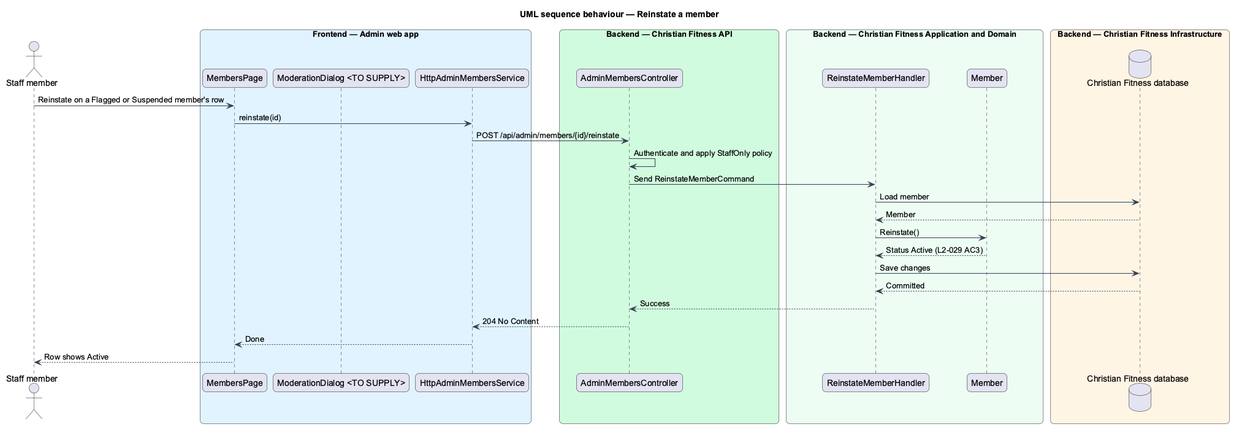
QuinntyneBrown/christian-fitness keeps this PlantUML diagram as docs/detailed-designs/admin-moderation/flag-suspend-reinstate-members/diagrams/sequence-reinstate.png. Above is the earlier version.
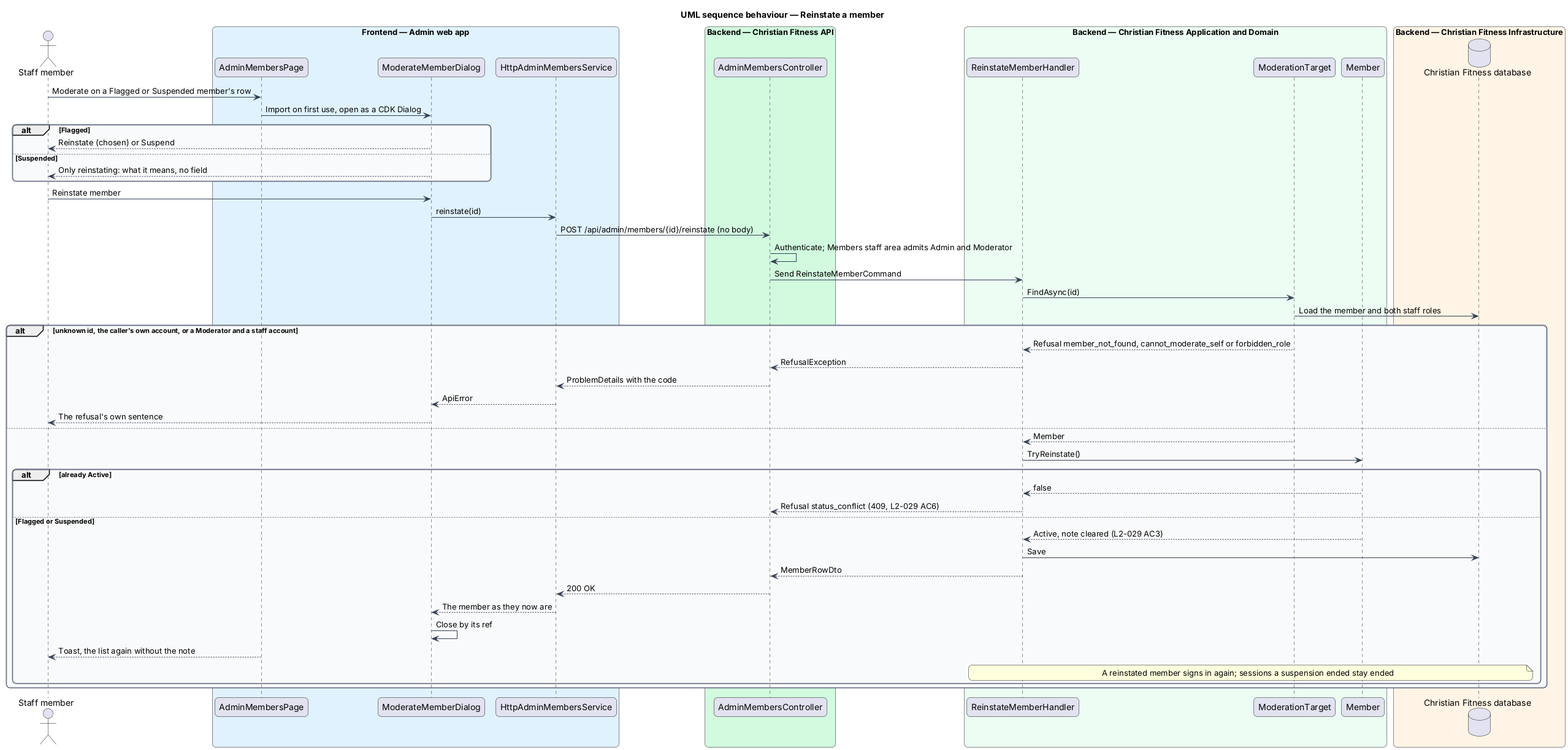
After the commit.

Commit message:
Record slice 27.2's lessons, progress and diagram

Change to the diagram source:
```diff
@@ -16,8 +16,8 @@
 }
 actor "Staff member" as actor
 box "Frontend — Admin web app" #E0F2FE
-  participant "MembersPage" as page
-  participant "ModerationDialog <TO SUPPLY>" as dlg
+  participant "AdminMembersPage" as page
+  participant "ModerateMemberDialog" as dlg
   participant "HttpAdminMembersService" as client
 end box
 box "Backend — Christian Fitness API" #D1FADF
@@ -25,24 +25,47 @@
 end box
 box "Backend — Christian Fitness Application and Domain" #ECFDF3
   participant "ReinstateMemberHandler" as h
+  participant "ModerationTarget" as target
   participant "Member" as ent
 end box
 box "Backend — Christian Fitness Infrastructure" #FFF4E5
   database "Christian Fitness database" as db
 end box
-actor -> page : Reinstate on a Flagged or Suspended member's row
-page -> client : reinstate(id)
-client -> ctrl : POST /api/admin/members/{id}/reinstate
-ctrl -> ctrl : Authenticate and apply StaffOnly policy
+actor -> page : Moderate on a Flagged or Suspended member's row
+page -> dlg : Import on first use, open as a CDK Dialog
+alt Flagged
+  dlg --> actor : Reinstate (chosen) or Suspend
+else Suspended
+  dlg --> actor : Only reinstating: what it means, no field
+end
+actor -> dlg : Reinstate member
+dlg -> client : reinstate(id)
+client -> ctrl : POST /api/admin/members/{id}/reinstate (no body)
+ctrl -> ctrl : Authenticate; Members staff area admits Admin and Moderator
 ctrl -> h : Send ReinstateMemberCommand
-h -> db : Load member
-db --> h : Member
-h -> ent : Reinstate()
-ent --> h : Status Active (L2-029 AC3)
-h -> db : Save changes
-db --> h : Committed
-h --> ctrl : Success
-ctrl --> client : 204 No Content
-client --> page : Done
-page --> actor : Row shows Active
+h -> target : FindAsync(id)
+target -> db : Load the member and both staff roles
+alt unknown id, the caller's own account, or a Moderator and a staff account
+  target --> h : Refusal member_not_found, cannot_moderate_self or forbidden_role
+  h --> ctrl : RefusalException
+  ctrl --> client : ProblemDetails with the code
+  client --> dlg : ApiError
+  dlg --> actor : The refusal's own sentence
+else
+  target --> h : Member
+  h -> ent : TryReinstate()
+  alt already Active
+    ent --> h : false
+    h --> ctrl : Refusal status_conflict (409, L2-029 AC6)
+  else Flagged or Suspended
+    ent --> h : Active, note cleared (L2-029 AC3)
+    h -> db : Save
+    h --> ctrl : MemberRowDto
+    ctrl --> client : 200 OK
+    client --> dlg : The member as they now are
+    dlg -> dlg : Close by its ref
+    page --> actor : Toast, the list again without the note
+    note over h, db : A reinstated member signs in again; sessions a suspension ended stay ended
+  end
+end
 @enduml
```
